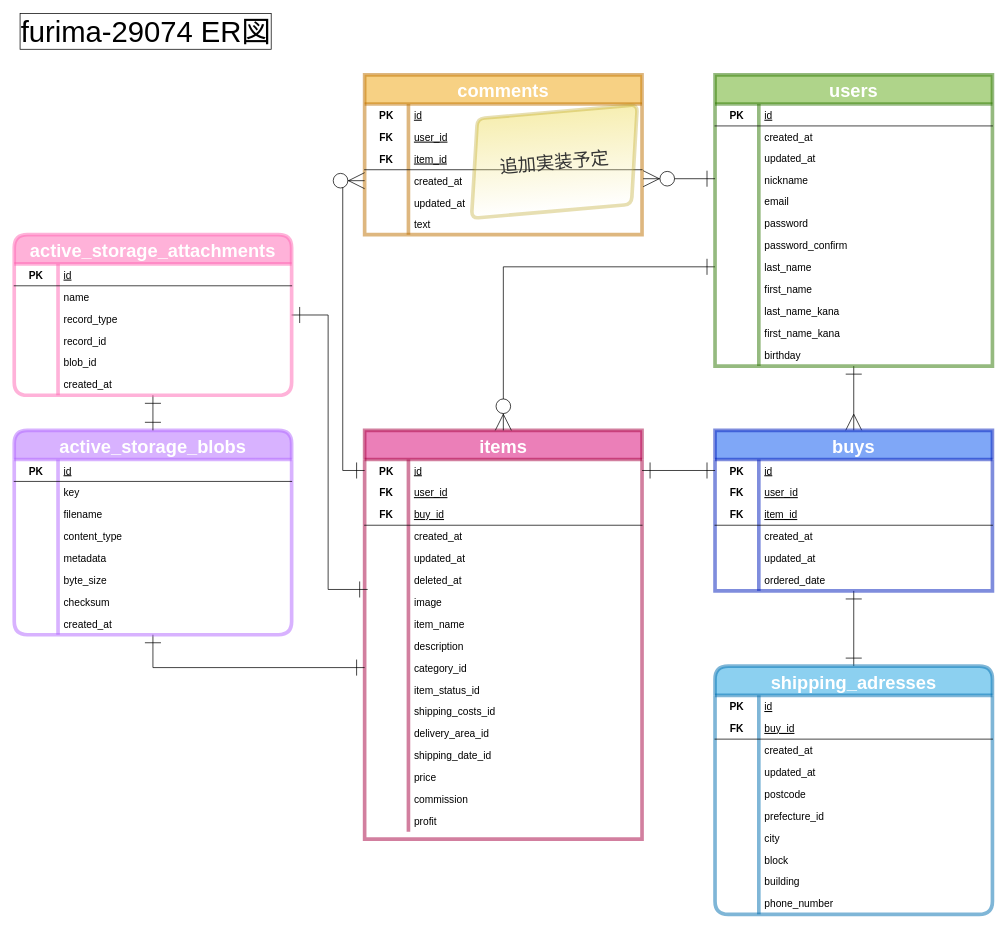
The draw.io diagram RE.dio in k-foo/furima-29074, before the edit. Source tidied: cells renumbered, new cells numbered last; positions are measured from the earlier drawing's top-left corner, leaving out a move shared by most shapes. Both pictures are drawn from the tidied source at 73%, with x=0, y=0 at pixel (14, 16).
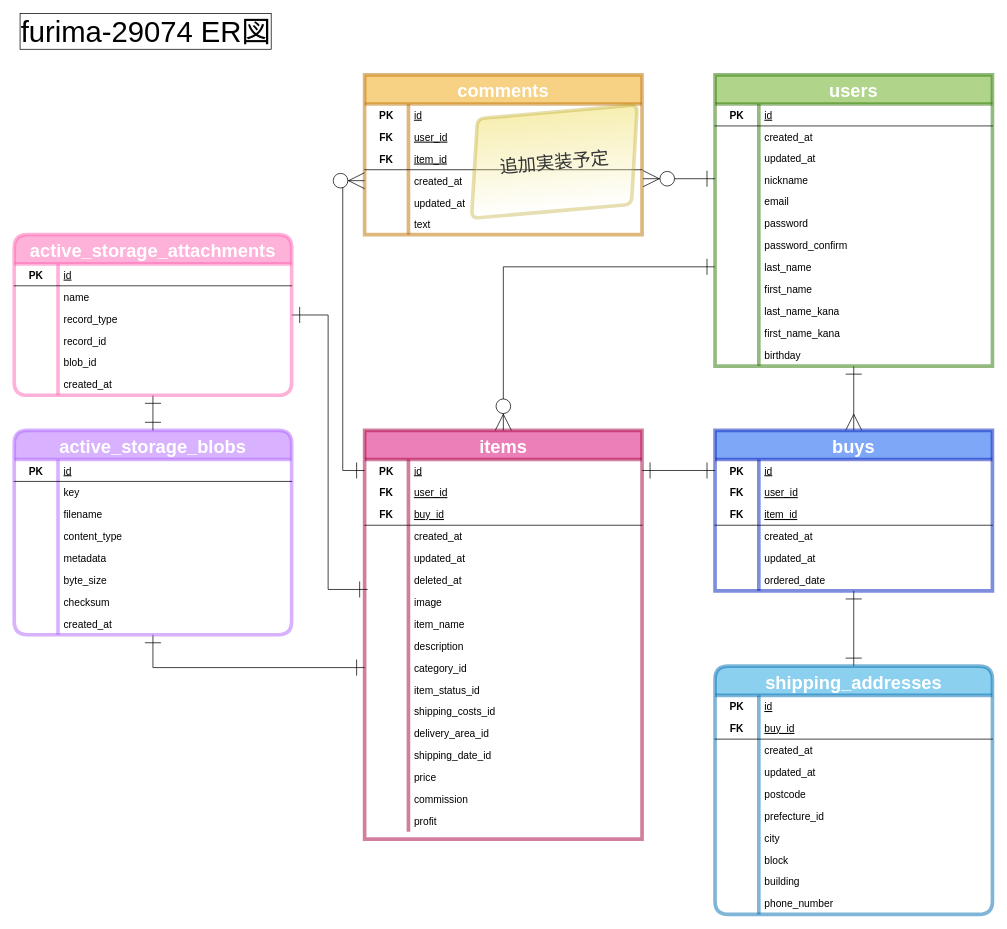
After the change.

Diff of the diagram source:
```diff
@@
-    <mxCell id="43" value="shipping_adresses" style="shape=table;startSize=40;childLayout=tableLayout;rowLines=0;fontStyle=1;align=center;rounded=1;sketch=0;strokeWidth=5;fontSize=25;opacity=50;fillColor=#1ba1e2;strokeColor=#006EAF;fontColor=#ffffff;" parent="1" vertex="1">
+    <mxCell id="43" value="shipping_addresses" style="shape=table;startSize=40;childLayout=tableLayout;rowLines=0;fontStyle=1;align=center;rounded=1;sketch=0;strokeWidth=5;fontSize=25;opacity=50;fillColor=#1ba1e2;strokeColor=#006EAF;fontColor=#ffffff;" parent="1" vertex="1">
       <mxGeometry x="960" y="890" width="380" height="340" as="geometry" />
     </mxCell>
```
